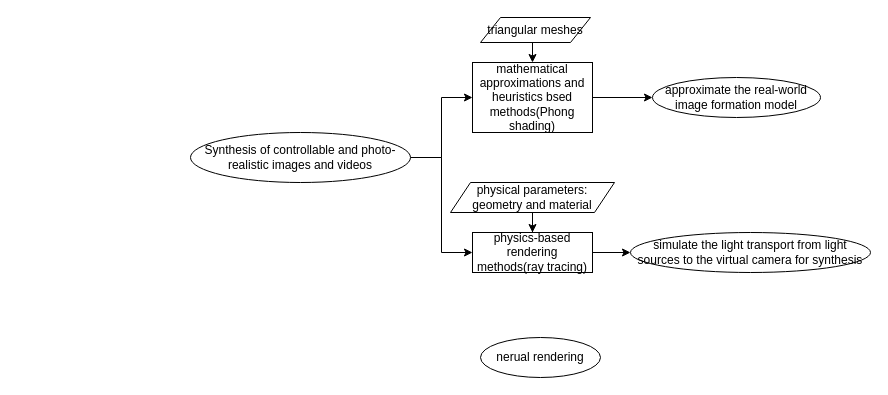
Before: nerual_rendering知识体系.drawio in QingrenJia/DrawIO, a draw.io diagram. Source tidied: cells renumbered, new cells numbered last; positions are measured from the earlier drawing's top-left corner, leaving out a move shared by most shapes. Both pictures are drawn from the tidied source at 100%, with x=0, y=0 at pixel (190, 17).
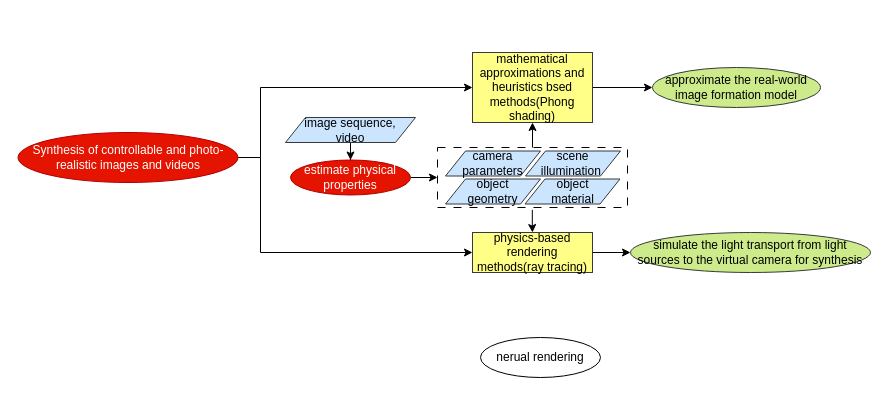
The same diagram, later.

Commit message (it also covers changes not shown here):
更新nerual_rendering知识体系.drawio

Change to the diagram source:
```diff
@@
     <mxCell id="3" style="edgeStyle=orthogonalEdgeStyle;rounded=0;jettySize=auto;html=1;entryX=0;entryY=0.5;entryDx=0;entryDy=0;" parent="1" edge="1" source="5" target="8">
-      <mxGeometry relative="1" as="geometry" />
+      <mxGeometry relative="1" as="geometry">
+        <Array as="points">
+          <mxPoint x="70" y="140" />
+          <mxPoint x="70" y="235" />
+        </Array>
+      </mxGeometry>
     </mxCell>
-    <mxCell id="4" style="edgeStyle=orthogonalEdgeStyle;rounded=0;jettySize=auto;html=1;" parent="1" edge="1" source="5" target="12">
-      <mxGeometry relative="1" as="geometry" />
+    <mxCell id="4" style="edgeStyle=orthogonalEdgeStyle;rounded=0;jettySize=auto;html=1;entryX=0;entryY=0.5;entryDx=0;entryDy=0;" parent="1" edge="1" source="5" target="12">
+      <mxGeometry relative="1" as="geometry">
+        <Array as="points">
+          <mxPoint x="70" y="140" />
+          <mxPoint x="70" y="70" />
+        </Array>
+      </mxGeometry>
     </mxCell>
-    <mxCell id="5" value="Synthesis of controllable and photo-realistic images and videos" style="ellipse;whiteSpace=wrap;html=1;" parent="1" vertex="1">
-      <mxGeometry y="115" width="220" height="50" as="geometry" />
+    <mxCell id="5" value="Synthesis of controllable and photo-realistic images and videos" style="ellipse;whiteSpace=wrap;html=1;fillColor=#e51400;fontColor=#ffffff;strokeColor=#B20000;" parent="1" vertex="1">
+      <mxGeometry x="-172.5" y="115" width="220" height="50" as="geometry" />
     </mxCell>
-    <mxCell id="6" value="simulate the light transport from light sources to the virtual camera for synthesis" style="ellipse;whiteSpace=wrap;html=1;" parent="1" vertex="1">
+    <mxCell id="6" value="simulate the light transport from light sources to the virtual camera for synthesis" style="ellipse;whiteSpace=wrap;html=1;fillColor=#cdeb8b;strokeColor=#36393d;" parent="1" vertex="1">
       <mxGeometry x="440" y="215" width="240" height="40" as="geometry" />
     </mxCell>
@@
-    <mxCell id="8" value="physics-based rendering methods(ray tracing)" style="rounded=0;whiteSpace=wrap;html=1;" parent="1" vertex="1">
+    <mxCell id="8" value="physics-based rendering methods(ray tracing)" style="rounded=0;whiteSpace=wrap;html=1;fillColor=#ffff88;strokeColor=#36393d;" parent="1" vertex="1">
       <mxGeometry x="282" y="215" width="120" height="40" as="geometry" />
     </mxCell>
-    <mxCell id="9" style="edgeStyle=orthogonalEdgeStyle;rounded=0;jettySize=auto;html=1;" parent="1" edge="1" source="10" target="8">
+    <mxCell id="9" style="edgeStyle=orthogonalEdgeStyle;rounded=0;jettySize=auto;html=1;exitX=0.499;exitY=1.039;exitDx=0;exitDy=0;exitPerimeter=0;" parent="1" edge="1" source="21" target="8">
       <mxGeometry relative="1" as="geometry" />
     </mxCell>
-    <mxCell id="10" value="physical parameters:&lt;br&gt;geometry and material" style="shape=parallelogram;perimeter=parallelogramPerimeter;whiteSpace=wrap;html=1;fixedSize=1;" parent="1" vertex="1">
-      <mxGeometry x="260" y="165" width="164" height="30" as="geometry" />
-    </mxCell>
@@
-    <mxCell id="12" value="mathematical approximations and heuristics bsed methods(Phong shading)" style="whiteSpace=wrap;html=1;" parent="1" vertex="1">
-      <mxGeometry x="282" y="45" width="120" height="70" as="geometry" />
+    <mxCell id="12" value="mathematical approximations and heuristics bsed methods(Phong shading)" style="whiteSpace=wrap;html=1;fillColor=#ffff88;strokeColor=#36393d;" parent="1" vertex="1">
+      <mxGeometry x="282" y="35" width="120" height="70" as="geometry" />
     </mxCell>
-    <mxCell id="13" style="edgeStyle=orthogonalEdgeStyle;rounded=0;jettySize=auto;html=1;exitX=1;exitY=0.5;exitDx=0;exitDy=0;" parent="1" edge="1" source="14" target="12">
-      <mxGeometry relative="1" as="geometry">
-        <Array as="points">
-          <mxPoint x="342" y="10" />
-        </Array>
-      </mxGeometry>
-    </mxCell>
-    <mxCell id="14" value="triangular meshes" style="shape=parallelogram;perimeter=parallelogramPerimeter;whiteSpace=wrap;html=1;fixedSize=1;" parent="1" vertex="1">
-      <mxGeometry x="290" width="110" height="25" as="geometry" />
-    </mxCell>
-    <mxCell id="15" value="approximate the real-world image formation model" style="ellipse;whiteSpace=wrap;html=1;" parent="1" vertex="1">
-      <mxGeometry x="462" y="60" width="168" height="40" as="geometry" />
+    <mxCell id="15" value="approximate the real-world image formation model" style="ellipse;whiteSpace=wrap;html=1;fillColor=#cdeb8b;strokeColor=#36393d;" parent="1" vertex="1">
+      <mxGeometry x="462" y="50" width="168" height="40" as="geometry" />
     </mxCell>
+    <mxCell id="16" style="edgeStyle=orthogonalEdgeStyle;rounded=0;jettySize=auto;html=1;" parent="1" edge="1" source="17" target="19">
+      <mxGeometry relative="1" as="geometry" />
+    </mxCell>
+    <mxCell id="17" value="image sequence,&lt;br&gt;video" style="shape=parallelogram;perimeter=parallelogramPerimeter;whiteSpace=wrap;html=1;fixedSize=1;fillColor=#cce5ff;strokeColor=#36393d;" parent="1" vertex="1">
+      <mxGeometry x="95" y="100" width="130" height="25" as="geometry" />
+    </mxCell>
+    <mxCell id="18" style="edgeStyle=orthogonalEdgeStyle;rounded=0;jettySize=auto;html=1;" parent="1" edge="1" source="19" target="21">
+      <mxGeometry relative="1" as="geometry" />
+    </mxCell>
+    <mxCell id="19" value="estimate physical properties" style="ellipse;whiteSpace=wrap;html=1;fillColor=#e51400;fontColor=#ffffff;strokeColor=#B20000;" parent="1" vertex="1">
+      <mxGeometry x="100" y="142.5" width="120" height="35" as="geometry" />
+    </mxCell>
+    <mxCell id="20" style="group;dashed=1;dashPattern=1 1;" parent="1" vertex="1">
+      <mxGeometry x="247" y="130" width="190" height="60" as="geometry" />
+    </mxCell>
+    <mxCell id="21" style="rounded=0;whiteSpace=wrap;html=1;dashed=1;dashPattern=8 8;" parent="20" vertex="1">
+      <mxGeometry width="190" height="60" as="geometry" />
+    </mxCell>
+    <mxCell id="22" value="&lt;span style=&quot;text-align: left;&quot;&gt;camera parameters&lt;/span&gt;" style="shape=parallelogram;perimeter=parallelogramPerimeter;whiteSpace=wrap;html=1;fixedSize=1;fillColor=#cce5ff;strokeColor=#36393d;" parent="20" vertex="1">
+      <mxGeometry x="8" y="3.5" width="95" height="25" as="geometry" />
+    </mxCell>
+    <mxCell id="23" value="&lt;span style=&quot;text-align: left;&quot;&gt;scene&lt;br&gt;illumination&amp;nbsp;&lt;/span&gt;" style="shape=parallelogram;perimeter=parallelogramPerimeter;whiteSpace=wrap;html=1;fixedSize=1;fillColor=#cce5ff;strokeColor=#36393d;" parent="20" vertex="1">
+      <mxGeometry x="88" y="3.5" width="95" height="25" as="geometry" />
+    </mxCell>
+    <mxCell id="24" value="&lt;span style=&quot;text-align: left;&quot;&gt;object&lt;/span&gt;&lt;div style=&quot;text-align: left;&quot;&gt;&lt;span style=&quot;background-color: initial;&quot;&gt;material&lt;/span&gt;&lt;/div&gt;" style="shape=parallelogram;perimeter=parallelogramPerimeter;whiteSpace=wrap;html=1;fixedSize=1;fillColor=#cce5ff;strokeColor=#36393d;" parent="20" vertex="1">
+      <mxGeometry x="87.5" y="31.5" width="95" height="25" as="geometry" />
+    </mxCell>
+    <mxCell id="25" value="&lt;div style=&quot;&quot;&gt;&lt;span style=&quot;background-color: initial;&quot;&gt;object&lt;/span&gt;&lt;/div&gt;&lt;div style=&quot;&quot;&gt;&lt;span style=&quot;background-color: initial;&quot;&gt;geometry&lt;/span&gt;&lt;/div&gt;" style="shape=parallelogram;perimeter=parallelogramPerimeter;whiteSpace=wrap;html=1;fixedSize=1;align=center;fillColor=#cce5ff;strokeColor=#36393d;" parent="20" vertex="1">
+      <mxGeometry x="8" y="31.5" width="95" height="25" as="geometry" />
+    </mxCell>
+    <mxCell id="26" style="edgeStyle=orthogonalEdgeStyle;rounded=0;jettySize=auto;html=1;" parent="1" edge="1" source="21" target="12">
+      <mxGeometry relative="1" as="geometry" />
+    </mxCell>
```
